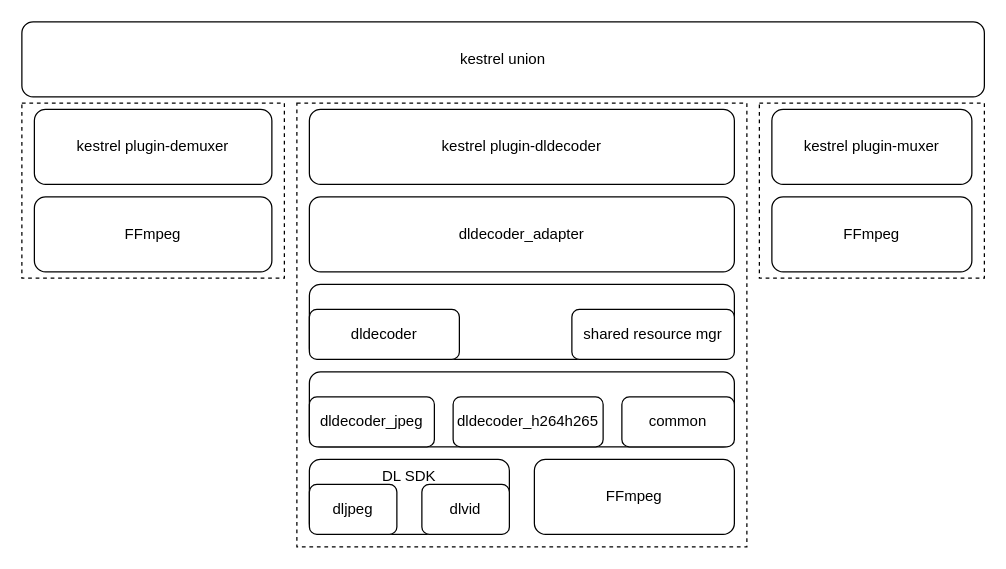
Above: dlcodec.drawio in zbb775885/diagram (draw.io), before the change. Source tidied: cells renumbered, new cells numbered last; positions are measured from the earlier drawing's top-left corner, leaving out a move shared by most shapes. Both pictures are drawn from the tidied source at 125%, with x=0, y=0 at pixel (21, 21).
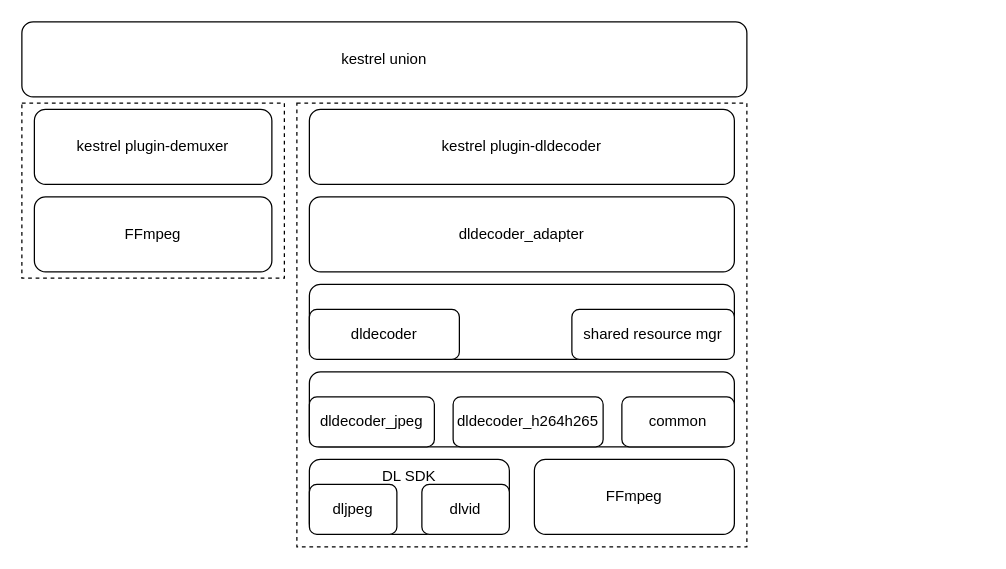
Above is the later version.

What changed in the source:
```diff
@@
-    <mxCell id="2" style="rounded=0;whiteSpace=wrap;html=1;dashed=1;" parent="1" vertex="1">
-      <mxGeometry x="590" y="65" width="180" height="140" as="geometry" />
-    </mxCell>
@@
     <mxCell id="19" value="&lt;span&gt;kestrel union&lt;/span&gt;" style="rounded=1;whiteSpace=wrap;html=1;" parent="1" vertex="1">
-      <mxGeometry width="770" height="60" as="geometry" />
+      <mxGeometry width="580" height="60" as="geometry" />
     </mxCell>
@@
-    <mxCell id="21" value="&lt;span&gt;kestrel plugin-muxer&lt;/span&gt;" style="rounded=1;whiteSpace=wrap;html=1;" parent="1" vertex="1">
-      <mxGeometry x="600" y="70" width="160" height="60" as="geometry" />
-    </mxCell>
-    <mxCell id="22" value="FFmpeg" style="rounded=1;whiteSpace=wrap;html=1;" parent="1" vertex="1">
-      <mxGeometry x="600" y="140" width="160" height="60" as="geometry" />
-    </mxCell>
```
